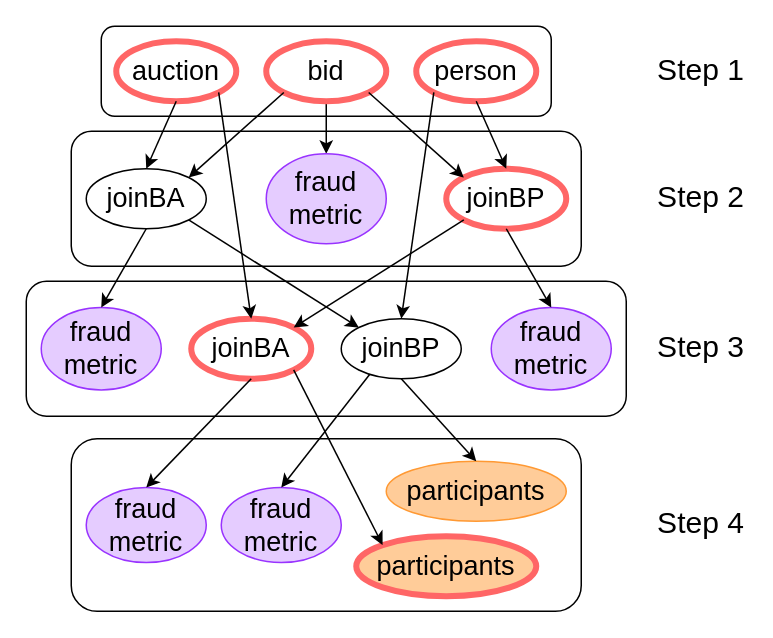
The draw.io diagram 2021/calco-dbpl/images/generation.drawio in flame-stream/Papers, before the edit. Source tidied: cells renumbered, new cells numbered last; positions are measured from the earlier drawing's top-left corner, leaving out a move shared by most shapes. Both pictures are drawn from the tidied source at 150%, with x=0, y=0 at pixel (26, 26).
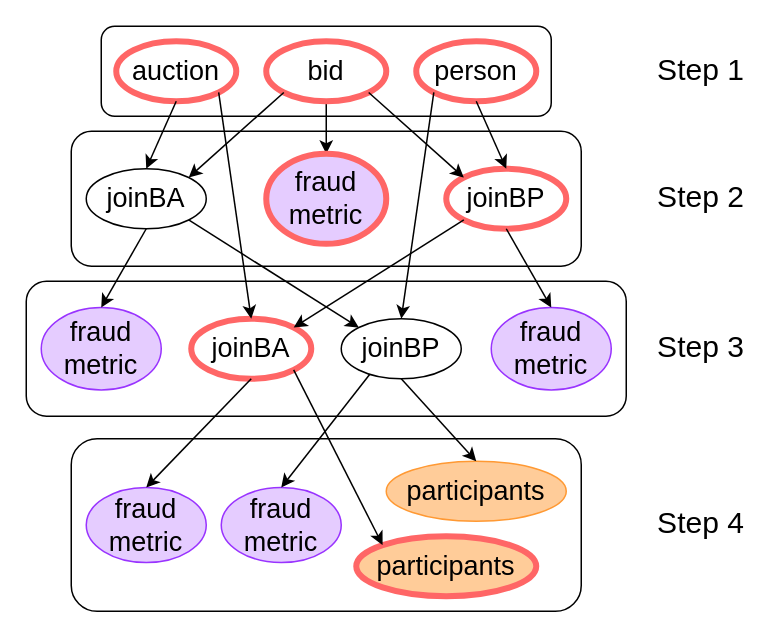
The same diagram, later.

What changed in the source:
```diff
@@
-    <mxCell id="11" value="&lt;font style=&quot;font-size: 18px&quot;&gt;fraud metric&lt;/font&gt;" style="ellipse;whiteSpace=wrap;html=1;strokeColor=#9933FF;fillColor=#E5CCFF;" parent="1" vertex="1">
+    <mxCell id="11" value="&lt;font style=&quot;font-size: 18px&quot;&gt;fraud metric&lt;/font&gt;" style="ellipse;whiteSpace=wrap;html=1;fillColor=#E5CCFF;strokeColor=#FF6666;strokeWidth=4;" parent="1" vertex="1">
       <mxGeometry x="160" y="85" width="80" height="60" as="geometry" />
     </mxCell>
```
